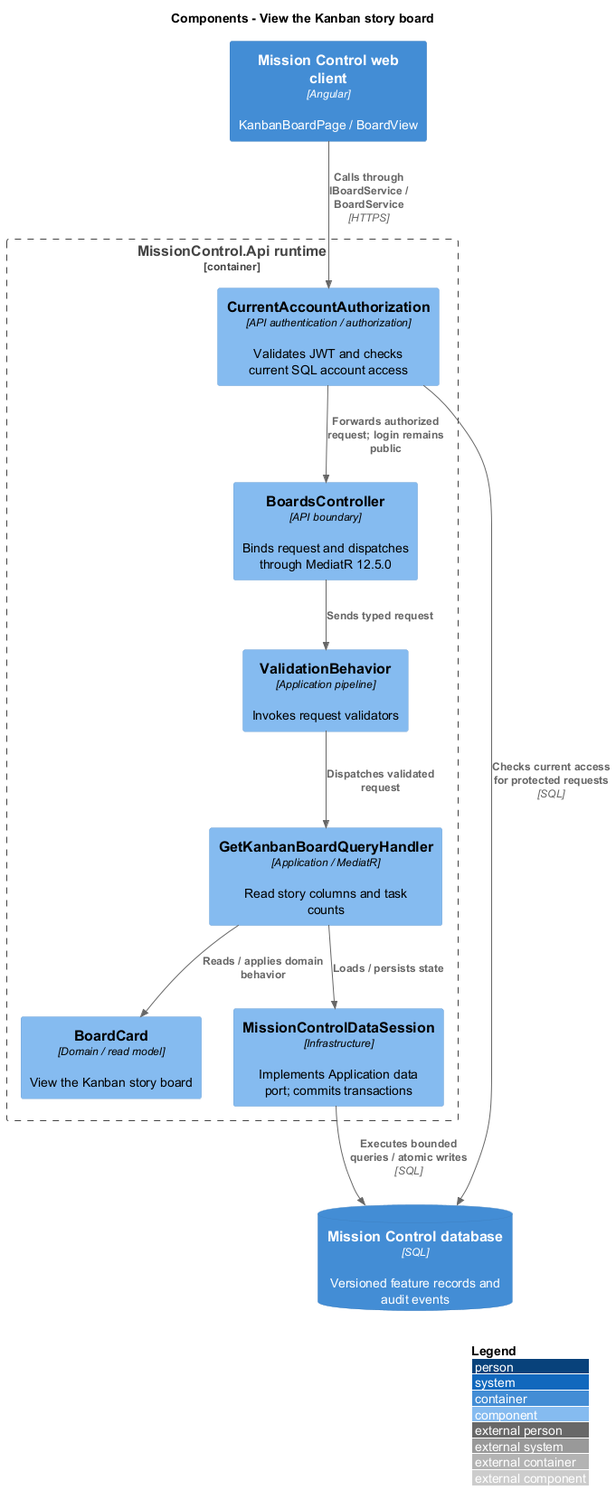
Above: docs/detailed-designs/kanban/view-story-board/diagrams/c4-component.png in QuinntyneBrown/mission-control (PlantUML), before the change. The source it was exported from:
```plantuml
@startuml
!include <C4/C4_Component>
LAYOUT_WITH_LEGEND()
title Components - View the Kanban story board
Container(web, "Mission Control web client", "Angular", "KanbanBoardPage / BoardView")
ContainerDb(db, "Mission Control database", "SQL", "Versioned feature records and audit events")
Container_Boundary(api, "MissionControl.Api runtime") {
  Component(ctrl, "BoardsController", "API boundary", "Binds request and dispatches through MediatR 12.5.0")
  Component(access, "CurrentAccountAuthorization", "API authentication / authorization", "Validates JWT and checks current SQL account access")
  Component(validation, "ValidationBehavior", "Application pipeline", "Invokes request validators")
  Component(entity, "BoardCard", "Domain / read model", "View the Kanban story board")
  Component(store, "MissionControlDataSession", "Infrastructure", "Implements Application data port; commits transactions")
Rel(web, access, "Calls through IBoardService / BoardService", "HTTPS")
Rel(access, db, "Checks current access for protected requests", "SQL")
Rel(access, ctrl, "Forwards authorized request; login remains public")
Rel(ctrl, validation, "Sends typed request")
Component(h0, "GetKanbanBoardQueryHandler", "Application / MediatR", "Read story columns and task counts")
Rel(validation, h0, "Dispatches validated request")
Rel(h0, entity, "Reads / applies domain behavior")
Rel(h0, store, "Loads / persists state")
}
Rel(store, db, "Executes bounded queries / atomic writes", "SQL")
@enduml
```
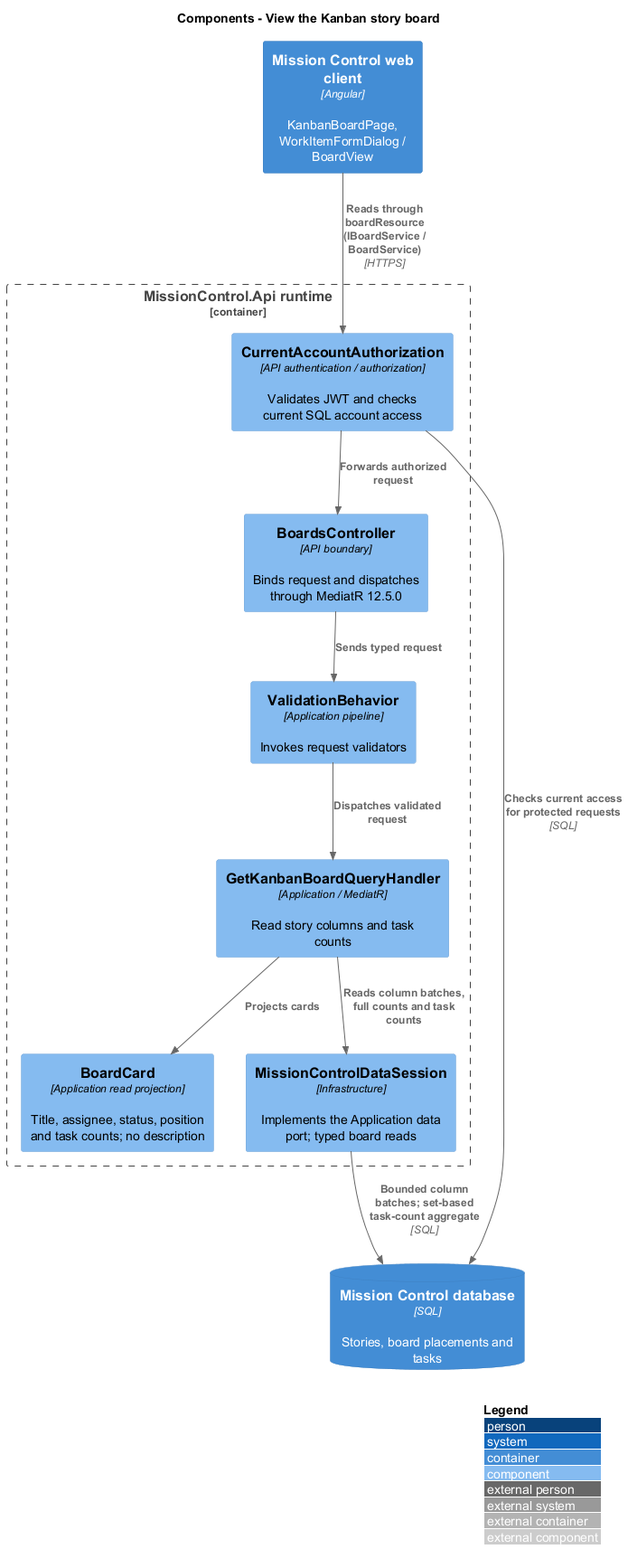
Later version of the same file.

What changed in the source:
```diff
@@ -2,22 +2,22 @@
 !include <C4/C4_Component>
 LAYOUT_WITH_LEGEND()
 title Components - View the Kanban story board
-Container(web, "Mission Control web client", "Angular", "KanbanBoardPage / BoardView")
-ContainerDb(db, "Mission Control database", "SQL", "Versioned feature records and audit events")
+Container(web, "Mission Control web client", "Angular", "KanbanBoardPage, WorkItemFormDialog / BoardView")
+ContainerDb(db, "Mission Control database", "SQL", "Stories, board placements and tasks")
 Container_Boundary(api, "MissionControl.Api runtime") {
   Component(ctrl, "BoardsController", "API boundary", "Binds request and dispatches through MediatR 12.5.0")
   Component(access, "CurrentAccountAuthorization", "API authentication / authorization", "Validates JWT and checks current SQL account access")
   Component(validation, "ValidationBehavior", "Application pipeline", "Invokes request validators")
-  Component(entity, "BoardCard", "Domain / read model", "View the Kanban story board")
-  Component(store, "MissionControlDataSession", "Infrastructure", "Implements Application data port; commits transactions")
-Rel(web, access, "Calls through IBoardService / BoardService", "HTTPS")
+  Component(entity, "BoardCard", "Application read projection", "Title, assignee, status, position and task counts; no description")
+  Component(store, "MissionControlDataSession", "Infrastructure", "Implements the Application data port; typed board reads")
+Rel(web, access, "Reads through boardResource (IBoardService / BoardService)", "HTTPS")
 Rel(access, db, "Checks current access for protected requests", "SQL")
-Rel(access, ctrl, "Forwards authorized request; login remains public")
+Rel(access, ctrl, "Forwards authorized request")
 Rel(ctrl, validation, "Sends typed request")
 Component(h0, "GetKanbanBoardQueryHandler", "Application / MediatR", "Read story columns and task counts")
 Rel(validation, h0, "Dispatches validated request")
-Rel(h0, entity, "Reads / applies domain behavior")
-Rel(h0, store, "Loads / persists state")
+Rel(h0, entity, "Projects cards")
+Rel(h0, store, "Reads column batches, full counts and task counts")
 }
-Rel(store, db, "Executes bounded queries / atomic writes", "SQL")
+Rel(store, db, "Bounded column batches; set-based task-count aggregate", "SQL")
 @enduml
```
